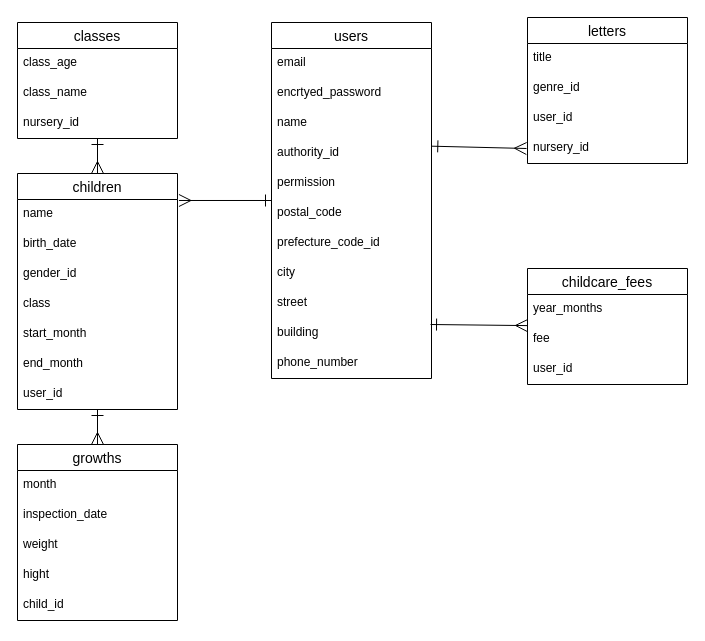
Above: ER.dio in moe20200404/tsumiki-note (draw.io), before the change. Source tidied: cells renumbered, new cells numbered last; positions are measured from the earlier drawing's top-left corner, leaving out a move shared by most shapes. Both pictures are drawn from the tidied source at 100%, with x=0, y=0 at pixel (17, 17).
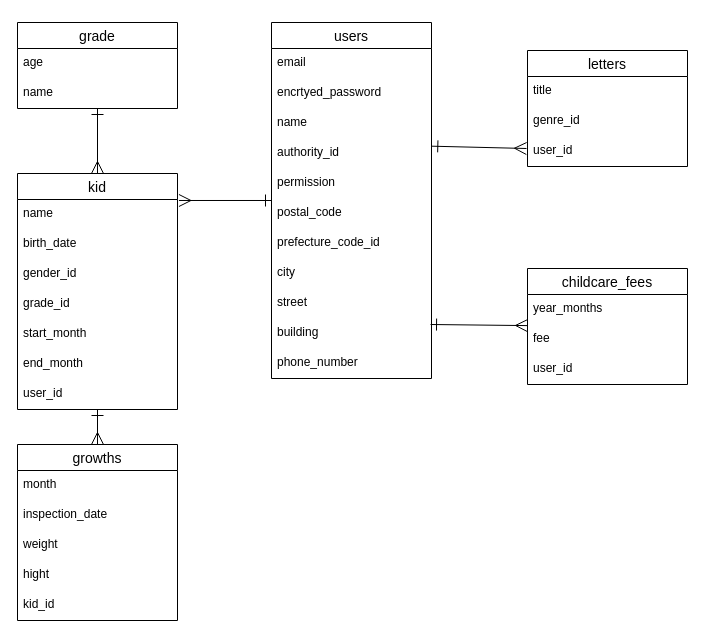
The same page after the edit.

Unchanged cells that the change refers to:
```xml
<mxCell id="29" value="growths" style="swimlane;fontStyle=0;horizontal=1;startSize=26;align=center;fontSize=14;" parent="1" vertex="1">
  <mxGeometry y="427" width="160" height="176" as="geometry" />
</mxCell>
```

Change to the diagram source:
```diff
@@
     <mxCell id="16" value="letters" style="swimlane;fontStyle=0;horizontal=1;startSize=26;align=center;fontSize=14;" parent="1" vertex="1">
-      <mxGeometry x="510" width="160" height="146" as="geometry" />
+      <mxGeometry x="510" y="33" width="160" height="116" as="geometry" />
     </mxCell>
@@
-    <mxCell id="20" value="nursery_id" style="text;strokeColor=none;fillColor=none;spacingLeft=4;spacingRight=4;overflow=hidden;fontSize=12;" parent="16" vertex="1">
-      <mxGeometry y="116" width="160" height="30" as="geometry" />
-    </mxCell>
-    <mxCell id="21" value="children" style="swimlane;fontStyle=0;horizontal=1;startSize=26;align=center;fontSize=14;" parent="1" vertex="1">
+    <mxCell id="21" value="kid" style="swimlane;fontStyle=0;horizontal=1;startSize=26;align=center;fontSize=14;" parent="1" vertex="1">
       <mxGeometry y="156" width="160" height="236" as="geometry" />
     </mxCell>
@@
-    <mxCell id="25" value="class" style="text;strokeColor=none;fillColor=none;spacingLeft=4;spacingRight=4;overflow=hidden;fontSize=12;" parent="21" vertex="1">
+    <mxCell id="25" value="grade_id" style="text;strokeColor=none;fillColor=none;spacingLeft=4;spacingRight=4;overflow=hidden;fontSize=12;" parent="21" vertex="1">
       <mxGeometry y="116" width="160" height="30" as="geometry" />
     </mxCell>
@@
-    <mxCell id="34" value="child_id" style="text;strokeColor=none;fillColor=none;spacingLeft=4;spacingRight=4;overflow=hidden;fontSize=12;" parent="29" vertex="1">
+    <mxCell id="34" value="kid_id" style="text;strokeColor=none;fillColor=none;spacingLeft=4;spacingRight=4;overflow=hidden;fontSize=12;" parent="29" vertex="1">
       <mxGeometry y="146" width="160" height="30" as="geometry" />
     </mxCell>
@@
-    <mxCell id="42" value="classes" style="swimlane;fontStyle=0;horizontal=1;startSize=26;align=center;fontSize=14;" parent="1" vertex="1">
-      <mxGeometry y="5" width="160" height="116" as="geometry" />
+    <mxCell id="42" value="grade" style="swimlane;fontStyle=0;horizontal=1;startSize=26;align=center;fontSize=14;" parent="1" vertex="1">
+      <mxGeometry y="5" width="160" height="86" as="geometry" />
     </mxCell>
-    <mxCell id="43" value="class_age" style="text;strokeColor=none;fillColor=none;spacingLeft=4;spacingRight=4;overflow=hidden;fontSize=12;" parent="42" vertex="1">
+    <mxCell id="43" value="age" style="text;strokeColor=none;fillColor=none;spacingLeft=4;spacingRight=4;overflow=hidden;fontSize=12;" parent="42" vertex="1">
       <mxGeometry y="26" width="160" height="30" as="geometry" />
     </mxCell>
-    <mxCell id="44" value="class_name" style="text;strokeColor=none;fillColor=none;spacingLeft=4;spacingRight=4;overflow=hidden;fontSize=12;" parent="42" vertex="1">
+    <mxCell id="44" value="name" style="text;strokeColor=none;fillColor=none;spacingLeft=4;spacingRight=4;overflow=hidden;fontSize=12;" parent="42" vertex="1">
       <mxGeometry y="56" width="160" height="30" as="geometry" />
     </mxCell>
-    <mxCell id="45" value="nursery_id" style="text;strokeColor=none;fillColor=none;spacingLeft=4;spacingRight=4;overflow=hidden;fontSize=12;" parent="42" vertex="1">
-      <mxGeometry y="86" width="160" height="30" as="geometry" />
-    </mxCell>
```
